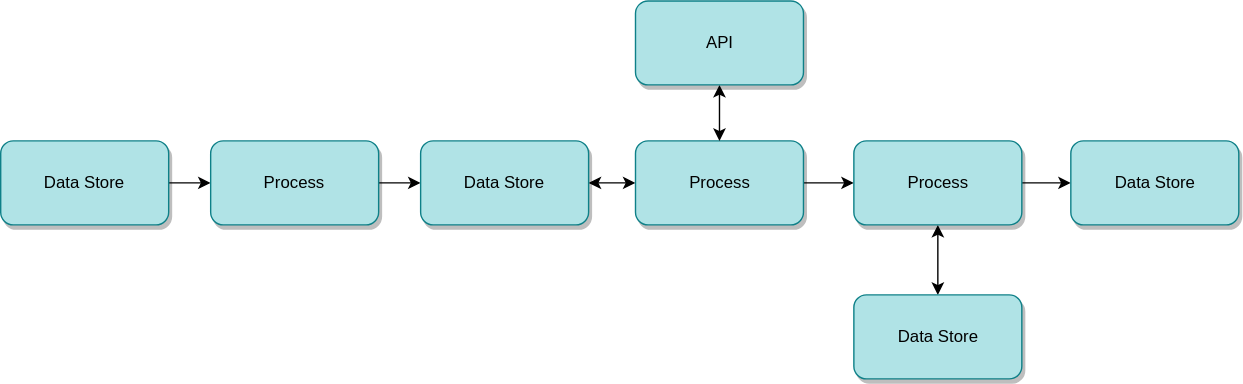
Above: site/docs/features/lineage-management/basic-concept-of-lineage.svg in odpi/egeria-docs (draw.io), before the change. Source tidied: cells renumbered, new cells last; positions are measured from the earlier drawing's top-left corner, leaving out a move shared by most shapes. The source it was exported from:
```xml
<mxGraphModel>
  <root>
    <mxCell id="0" />
    <mxCell id="1" parent="0" />
    <mxCell id="2" style="edgeStyle=orthogonalEdgeStyle;rounded=0;jettySize=auto;html=1;exitX=1;exitY=0.5;exitDx=0;exitDy=0;entryX=0;entryY=0.5;entryDx=0;entryDy=0;" parent="1" edge="1" source="3" target="5">
      <mxGeometry relative="1" as="geometry" />
    </mxCell>
    <mxCell id="3" value="Data Store" style="rounded=1;whiteSpace=wrap;html=1;fillColor=#b0e3e6;strokeColor=#0e8088;shadow=1;" parent="1" vertex="1">
      <mxGeometry y="100" width="120" height="60" as="geometry" />
    </mxCell>
    <mxCell id="4" style="edgeStyle=orthogonalEdgeStyle;rounded=0;jettySize=auto;html=1;exitX=1;exitY=0.5;exitDx=0;exitDy=0;entryX=0;entryY=0.5;entryDx=0;entryDy=0;" parent="1" edge="1" source="5" target="7">
      <mxGeometry relative="1" as="geometry" />
    </mxCell>
    <mxCell id="5" value="Process" style="rounded=1;whiteSpace=wrap;html=1;fillColor=#b0e3e6;strokeColor=#0e8088;shadow=1;" parent="1" vertex="1">
      <mxGeometry x="150" y="100" width="120" height="60" as="geometry" />
    </mxCell>
    <mxCell id="6" style="edgeStyle=orthogonalEdgeStyle;rounded=0;jettySize=auto;html=1;startArrow=classic;startFill=1;" parent="1" edge="1" source="7" target="9">
      <mxGeometry relative="1" as="geometry" />
    </mxCell>
    <mxCell id="7" value="Data Store" style="rounded=1;whiteSpace=wrap;html=1;fillColor=#b0e3e6;strokeColor=#0e8088;shadow=1;" parent="1" vertex="1">
      <mxGeometry x="300" y="100" width="120" height="60" as="geometry" />
    </mxCell>
    <mxCell id="8" style="edgeStyle=orthogonalEdgeStyle;rounded=0;jettySize=auto;html=1;exitX=1;exitY=0.5;exitDx=0;exitDy=0;" parent="1" edge="1" source="9" target="12">
      <mxGeometry relative="1" as="geometry" />
    </mxCell>
    <mxCell id="9" value="Process" style="rounded=1;whiteSpace=wrap;html=1;fillColor=#b0e3e6;strokeColor=#0e8088;shadow=1;" parent="1" vertex="1">
      <mxGeometry x="453.5" y="100" width="120" height="60" as="geometry" />
    </mxCell>
    <mxCell id="10" style="edgeStyle=orthogonalEdgeStyle;rounded=0;jettySize=auto;html=1;exitX=1;exitY=0.5;exitDx=0;exitDy=0;entryX=0;entryY=0.5;entryDx=0;entryDy=0;" parent="1" edge="1" source="12" target="13">
      <mxGeometry relative="1" as="geometry" />
    </mxCell>
    <mxCell id="11" style="edgeStyle=orthogonalEdgeStyle;rounded=0;jettySize=auto;html=1;startArrow=classic;startFill=1;" parent="1" edge="1" source="12" target="16">
      <mxGeometry relative="1" as="geometry" />
    </mxCell>
    <mxCell id="12" value="Process" style="rounded=1;whiteSpace=wrap;html=1;fillColor=#b0e3e6;strokeColor=#0e8088;shadow=1;" parent="1" vertex="1">
      <mxGeometry x="609.5" y="100" width="120" height="60" as="geometry" />
    </mxCell>
    <mxCell id="13" value="Data Store" style="rounded=1;whiteSpace=wrap;html=1;fillColor=#b0e3e6;strokeColor=#0e8088;shadow=1;" parent="1" vertex="1">
      <mxGeometry x="764.5" y="100" width="120" height="60" as="geometry" />
    </mxCell>
    <mxCell id="14" style="edgeStyle=orthogonalEdgeStyle;rounded=0;jettySize=auto;html=1;startArrow=classic;startFill=1;" parent="1" edge="1" source="15" target="9">
      <mxGeometry relative="1" as="geometry" />
    </mxCell>
    <mxCell id="15" value="API" style="rounded=1;whiteSpace=wrap;html=1;fillColor=#b0e3e6;strokeColor=#0e8088;shadow=1;" parent="1" vertex="1">
      <mxGeometry x="453.5" width="120" height="60" as="geometry" />
    </mxCell>
    <mxCell id="16" value="Data Store" style="rounded=1;whiteSpace=wrap;html=1;fillColor=#b0e3e6;strokeColor=#0e8088;shadow=1;" parent="1" vertex="1">
      <mxGeometry x="609.5" y="210" width="120" height="60" as="geometry" />
    </mxCell>
  </root>
</mxGraphModel>
```
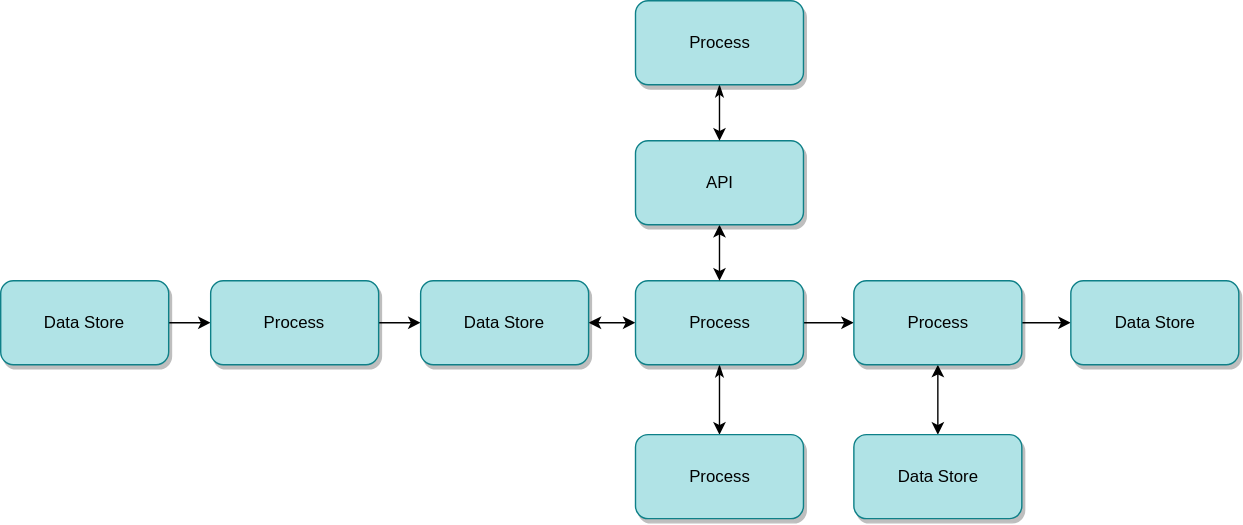
After the commit.

Commit message:
Update lineage description

What changed in the source:
```diff
@@ -14,38 +14,50 @@
     <mxCell id="5" value="Process" style="rounded=1;whiteSpace=wrap;html=1;fillColor=#b0e3e6;strokeColor=#0e8088;shadow=1;" parent="1" vertex="1">
       <mxGeometry x="150" y="100" width="120" height="60" as="geometry" />
     </mxCell>
-    <mxCell id="6" style="edgeStyle=orthogonalEdgeStyle;rounded=0;jettySize=auto;html=1;startArrow=classic;startFill=1;" parent="1" edge="1" source="7" target="9">
+    <mxCell id="6" style="edgeStyle=orthogonalEdgeStyle;rounded=0;jettySize=auto;html=1;startArrow=classic;startFill=1;" parent="1" edge="1" source="7" target="10">
       <mxGeometry relative="1" as="geometry" />
     </mxCell>
     <mxCell id="7" value="Data Store" style="rounded=1;whiteSpace=wrap;html=1;fillColor=#b0e3e6;strokeColor=#0e8088;shadow=1;" parent="1" vertex="1">
       <mxGeometry x="300" y="100" width="120" height="60" as="geometry" />
     </mxCell>
-    <mxCell id="8" style="edgeStyle=orthogonalEdgeStyle;rounded=0;jettySize=auto;html=1;exitX=1;exitY=0.5;exitDx=0;exitDy=0;" parent="1" edge="1" source="9" target="12">
+    <mxCell id="8" style="edgeStyle=orthogonalEdgeStyle;rounded=0;jettySize=auto;html=1;exitX=1;exitY=0.5;exitDx=0;exitDy=0;" parent="1" edge="1" source="10" target="13">
       <mxGeometry relative="1" as="geometry" />
     </mxCell>
-    <mxCell id="9" value="Process" style="rounded=1;whiteSpace=wrap;html=1;fillColor=#b0e3e6;strokeColor=#0e8088;shadow=1;" parent="1" vertex="1">
-      <mxGeometry x="453.5" y="100" width="120" height="60" as="geometry" />
+    <mxCell id="9" style="edgeStyle=orthogonalEdgeStyle;rounded=0;jettySize=auto;html=1;startArrow=classicThin;startFill=1;" parent="1" edge="1" source="10" target="18">
+      <mxGeometry relative="1" as="geometry" />
     </mxCell>
-    <mxCell id="10" style="edgeStyle=orthogonalEdgeStyle;rounded=0;jettySize=auto;html=1;exitX=1;exitY=0.5;exitDx=0;exitDy=0;entryX=0;entryY=0.5;entryDx=0;entryDy=0;" parent="1" edge="1" source="12" target="13">
-      <mxGeometry relative="1" as="geometry" />
+    <mxCell id="10" value="Process" style="rounded=1;whiteSpace=wrap;html=1;fillColor=#b0e3e6;strokeColor=#0e8088;shadow=1;" parent="1" vertex="1">
+      <mxGeometry x="453.5" y="100" width="120" height="60" as="geometry" />
     </mxCell>
-    <mxCell id="11" style="edgeStyle=orthogonalEdgeStyle;rounded=0;jettySize=auto;html=1;startArrow=classic;startFill=1;" parent="1" edge="1" source="12" target="16">
+    <mxCell id="11" style="edgeStyle=orthogonalEdgeStyle;rounded=0;jettySize=auto;html=1;exitX=1;exitY=0.5;exitDx=0;exitDy=0;entryX=0;entryY=0.5;entryDx=0;entryDy=0;" parent="1" edge="1" source="13" target="14">
       <mxGeometry relative="1" as="geometry" />
     </mxCell>
-    <mxCell id="12" value="Process" style="rounded=1;whiteSpace=wrap;html=1;fillColor=#b0e3e6;strokeColor=#0e8088;shadow=1;" parent="1" vertex="1">
-      <mxGeometry x="609.5" y="100" width="120" height="60" as="geometry" />
+    <mxCell id="12" style="edgeStyle=orthogonalEdgeStyle;rounded=0;jettySize=auto;html=1;startArrow=classic;startFill=1;" parent="1" edge="1" source="13" target="17">
+      <mxGeometry relative="1" as="geometry" />
     </mxCell>
-    <mxCell id="13" value="Data Store" style="rounded=1;whiteSpace=wrap;html=1;fillColor=#b0e3e6;strokeColor=#0e8088;shadow=1;" parent="1" vertex="1">
-      <mxGeometry x="764.5" y="100" width="120" height="60" as="geometry" />
+    <mxCell id="13" value="Process" style="rounded=1;whiteSpace=wrap;html=1;fillColor=#b0e3e6;strokeColor=#0e8088;shadow=1;" parent="1" vertex="1">
+      <mxGeometry x="609.5" y="100" width="120" height="60" as="geometry" />
     </mxCell>
-    <mxCell id="14" style="edgeStyle=orthogonalEdgeStyle;rounded=0;jettySize=auto;html=1;startArrow=classic;startFill=1;" parent="1" edge="1" source="15" target="9">
-      <mxGeometry relative="1" as="geometry" />
+    <mxCell id="14" value="Data Store" style="rounded=1;whiteSpace=wrap;html=1;fillColor=#b0e3e6;strokeColor=#0e8088;shadow=1;" parent="1" vertex="1">
+      <mxGeometry x="764.5" y="100" width="120" height="60" as="geometry" />
     </mxCell>
-    <mxCell id="15" value="API" style="rounded=1;whiteSpace=wrap;html=1;fillColor=#b0e3e6;strokeColor=#0e8088;shadow=1;" parent="1" vertex="1">
-      <mxGeometry x="453.5" width="120" height="60" as="geometry" />
+    <mxCell id="15" style="edgeStyle=orthogonalEdgeStyle;rounded=0;jettySize=auto;html=1;startArrow=classic;startFill=1;" parent="1" edge="1" source="16" target="10">
+      <mxGeometry relative="1" as="geometry" />
     </mxCell>
-    <mxCell id="16" value="Data Store" style="rounded=1;whiteSpace=wrap;html=1;fillColor=#b0e3e6;strokeColor=#0e8088;shadow=1;" parent="1" vertex="1">
-      <mxGeometry x="609.5" y="210" width="120" height="60" as="geometry" />
+    <mxCell id="16" value="API" style="rounded=1;whiteSpace=wrap;html=1;fillColor=#b0e3e6;strokeColor=#0e8088;shadow=1;" parent="1" vertex="1">
+      <mxGeometry x="453.5" width="120" height="60" as="geometry" />
     </mxCell>
+    <mxCell id="17" value="Data Store" style="rounded=1;whiteSpace=wrap;html=1;fillColor=#b0e3e6;strokeColor=#0e8088;shadow=1;" parent="1" vertex="1">
+      <mxGeometry x="609.5" y="210" width="120" height="60" as="geometry" />
+    </mxCell>
+    <mxCell id="18" value="Process" style="rounded=1;whiteSpace=wrap;html=1;fillColor=#b0e3e6;strokeColor=#0e8088;shadow=1;" parent="1" vertex="1">
+      <mxGeometry x="453.5" y="210" width="120" height="60" as="geometry" />
+    </mxCell>
+    <mxCell id="19" style="edgeStyle=orthogonalEdgeStyle;rounded=0;jettySize=auto;html=1;exitX=0.5;exitY=1;exitDx=0;exitDy=0;entryX=0.5;entryY=0;entryDx=0;entryDy=0;startArrow=classicThin;startFill=1;" parent="1" edge="1" source="20" target="16">
+      <mxGeometry relative="1" as="geometry" />
+    </mxCell>
+    <mxCell id="20" value="Process" style="rounded=1;whiteSpace=wrap;html=1;fillColor=#b0e3e6;strokeColor=#0e8088;shadow=1;" parent="1" vertex="1">
+      <mxGeometry x="453.5" y="-100" width="120" height="60" as="geometry" />
+    </mxCell>
   </root>
 </mxGraphModel>
```
